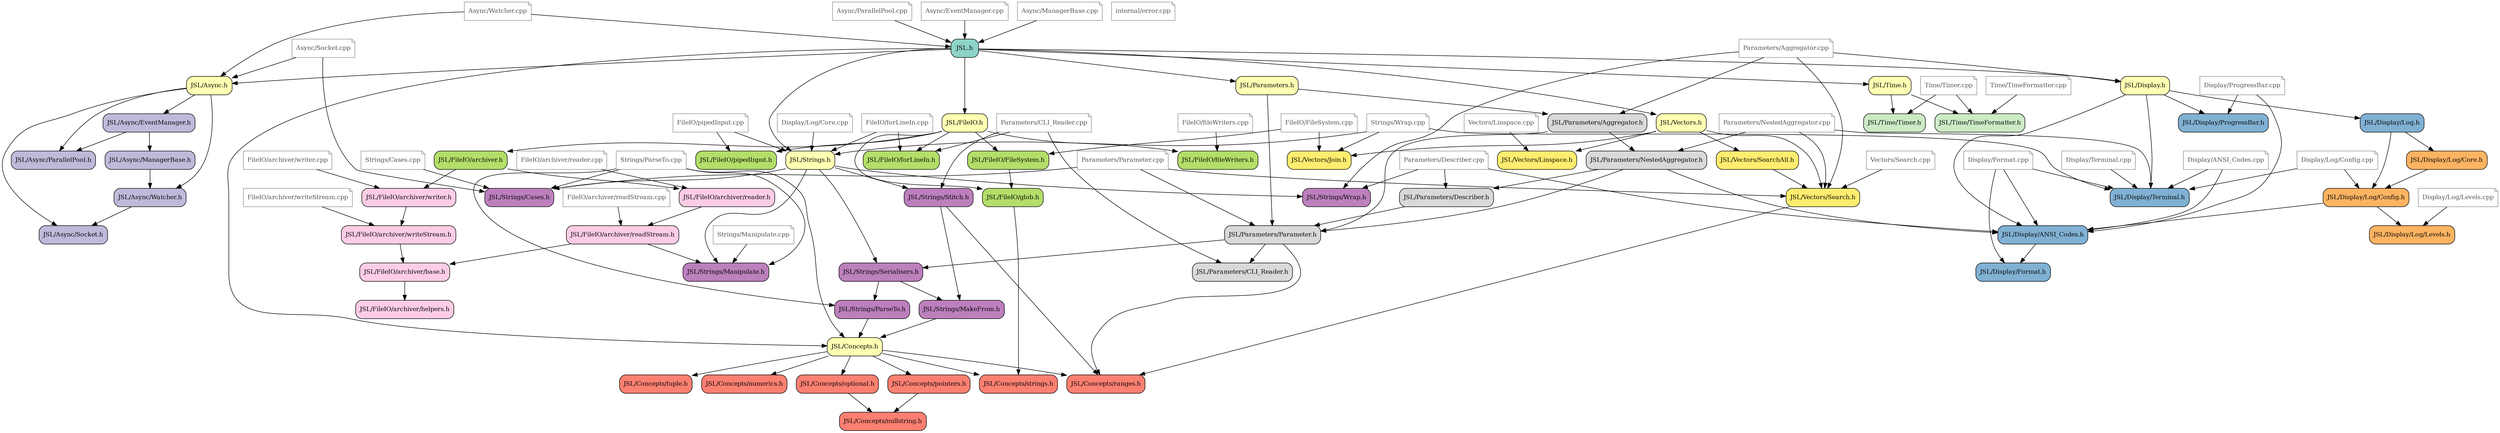
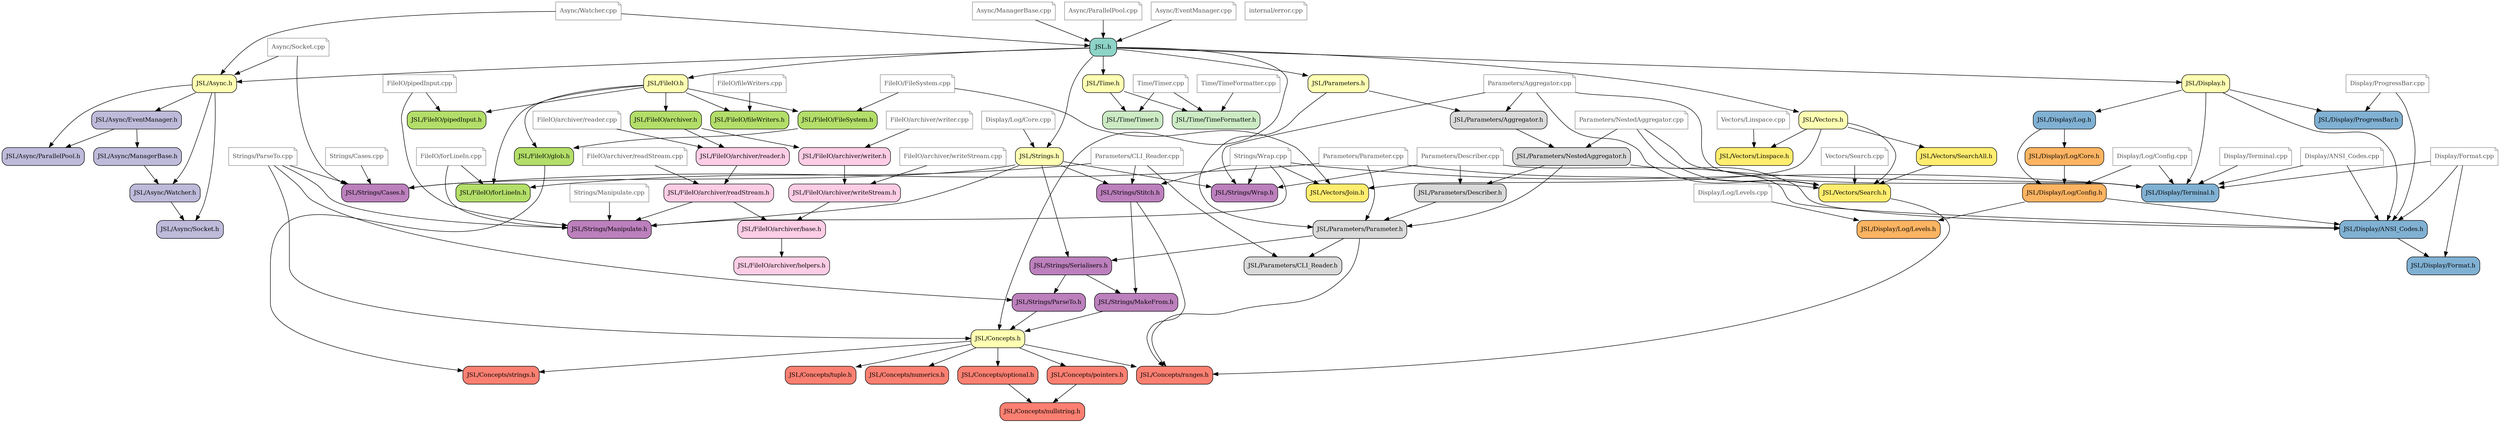
digraph codeviz {
    splines=true
    sep="+15,15"
    overlap=false

    node [shape=Mrecord, fontsize=12]

    node [fillcolor = "#8dd3c7",shape="Mrecord", style = "filled"] "include/JSL.h"                             [label = "JSL.h"]
    node [fillcolor = "#ffffb3",shape="Mrecord", style = "filled"] "include/JSL/Async.h"                       [label = "JSL/Async.h"]
    node [fillcolor = "#bebada",shape="Mrecord", style = "filled"] "include/JSL/Async/EventManager.h"          [label = "JSL/Async/EventManager.h"]
    node [fillcolor = "#bebada",shape="Mrecord", style = "filled"] "include/JSL/Async/ManagerBase.h"           [label = "JSL/Async/ManagerBase.h"]
    node [fillcolor = "#bebada",shape="Mrecord", style = "filled"] "include/JSL/Async/ParallelPool.h"          [label = "JSL/Async/ParallelPool.h"]
    node [fillcolor = "#bebada",shape="Mrecord", style = "filled"] "include/JSL/Async/Socket.h"                [label = "JSL/Async/Socket.h"]
    node [fillcolor = "#bebada",shape="Mrecord", style = "filled"] "include/JSL/Async/Watcher.h"               [label = "JSL/Async/Watcher.h"]
    node [fillcolor = "#ffffb3",shape="Mrecord", style = "filled"] "include/JSL/Concepts.h"                    [label = "JSL/Concepts.h"]
    node [fillcolor = "#fb8072",shape="Mrecord", style = "filled"] "include/JSL/Concepts/nullstring.h"         [label = "JSL/Concepts/nullstring.h"]
    node [fillcolor = "#fb8072",shape="Mrecord", style = "filled"] "include/JSL/Concepts/numerics.h"           [label = "JSL/Concepts/numerics.h"]
    node [fillcolor = "#fb8072",shape="Mrecord", style = "filled"] "include/JSL/Concepts/optional.h"           [label = "JSL/Concepts/optional.h"]
    node [fillcolor = "#fb8072",shape="Mrecord", style = "filled"] "include/JSL/Concepts/pointers.h"           [label = "JSL/Concepts/pointers.h"]
    node [fillcolor = "#fb8072",shape="Mrecord", style = "filled"] "include/JSL/Concepts/ranges.h"             [label = "JSL/Concepts/ranges.h"]
    node [fillcolor = "#fb8072",shape="Mrecord", style = "filled"] "include/JSL/Concepts/strings.h"            [label = "JSL/Concepts/strings.h"]
    node [fillcolor = "#fb8072",shape="Mrecord", style = "filled"] "include/JSL/Concepts/tuple.h"              [label = "JSL/Concepts/tuple.h"]
    node [fillcolor = "#ffffb3",shape="Mrecord", style = "filled"] "include/JSL/Display.h"                     [label = "JSL/Display.h"]
    node [fillcolor = "#80b1d3",shape="Mrecord", style = "filled"] "include/JSL/Display/ANSI_Codes.h"          [label = "JSL/Display/ANSI_Codes.h"]
    node [fillcolor = "#80b1d3",shape="Mrecord", style = "filled"] "include/JSL/Display/Format.h"              [label = "JSL/Display/Format.h"]
    node [fillcolor = "#80b1d3",shape="Mrecord", style = "filled"] "include/JSL/Display/Log.h"                 [label = "JSL/Display/Log.h"]
    node [fillcolor = "#fdb462",shape="Mrecord", style = "filled"] "include/JSL/Display/Log/Config.h"          [label = "JSL/Display/Log/Config.h"]
    node [fillcolor = "#fdb462",shape="Mrecord", style = "filled"] "include/JSL/Display/Log/Core.h"            [label = "JSL/Display/Log/Core.h"]
    node [fillcolor = "#fdb462",shape="Mrecord", style = "filled"] "include/JSL/Display/Log/Levels.h"          [label = "JSL/Display/Log/Levels.h"]
    node [fillcolor = "#80b1d3",shape="Mrecord", style = "filled"] "include/JSL/Display/ProgressBar.h"         [label = "JSL/Display/ProgressBar.h"]
    node [fillcolor = "#80b1d3",shape="Mrecord", style = "filled"] "include/JSL/Display/Terminal.h"            [label = "JSL/Display/Terminal.h"]
    node [fillcolor = "#ffffb3",shape="Mrecord", style = "filled"] "include/JSL/FileIO.h"                      [label = "JSL/FileIO.h"]
    node [fillcolor = "#b3de69",shape="Mrecord", style = "filled"] "include/JSL/FileIO/FileSystem.h"           [label = "JSL/FileIO/FileSystem.h"]
    node [fillcolor = "#b3de69",shape="Mrecord", style = "filled"] "include/JSL/FileIO/archiver.h"             [label = "JSL/FileIO/archiver.h"]
    node [fillcolor = "#fccde5",shape="Mrecord", style = "filled"] "include/JSL/FileIO/archiver/base.h"        [label = "JSL/FileIO/archiver/base.h"]
    node [fillcolor = "#fccde5",shape="Mrecord", style = "filled"] "include/JSL/FileIO/archiver/helpers.h"     [label = "JSL/FileIO/archiver/helpers.h"]
    node [fillcolor = "#fccde5",shape="Mrecord", style = "filled"] "include/JSL/FileIO/archiver/readStream.h"  [label = "JSL/FileIO/archiver/readStream.h"]
    node [fillcolor = "#fccde5",shape="Mrecord", style = "filled"] "include/JSL/FileIO/archiver/reader.h"      [label = "JSL/FileIO/archiver/reader.h"]
    node [fillcolor = "#fccde5",shape="Mrecord", style = "filled"] "include/JSL/FileIO/archiver/writeStream.h" [label = "JSL/FileIO/archiver/writeStream.h"]
    node [fillcolor = "#fccde5",shape="Mrecord", style = "filled"] "include/JSL/FileIO/archiver/writer.h"      [label = "JSL/FileIO/archiver/writer.h"]
    node [fillcolor = "#b3de69",shape="Mrecord", style = "filled"] "include/JSL/FileIO/fileWriters.h"          [label = "JSL/FileIO/fileWriters.h"]
    node [fillcolor = "#b3de69",shape="Mrecord", style = "filled"] "include/JSL/FileIO/forLineIn.h"            [label = "JSL/FileIO/forLineIn.h"]
    node [fillcolor = "#b3de69",shape="Mrecord", style = "filled"] "include/JSL/FileIO/glob.h"                 [label = "JSL/FileIO/glob.h"]
    node [fillcolor = "#b3de69",shape="Mrecord", style = "filled"] "include/JSL/FileIO/pipedInput.h"           [label = "JSL/FileIO/pipedInput.h"]
    node [fillcolor = "#ffffb3",shape="Mrecord", style = "filled"] "include/JSL/Parameters.h"                  [label = "JSL/Parameters.h"]
    node [fillcolor = "#d9d9d9",shape="Mrecord", style = "filled"] "include/JSL/Parameters/Aggregator.h"       [label = "JSL/Parameters/Aggregator.h"]
    node [fillcolor = "#d9d9d9",shape="Mrecord", style = "filled"] "include/JSL/Parameters/CLI_Reader.h"       [label = "JSL/Parameters/CLI_Reader.h"]
    node [fillcolor = "#d9d9d9",shape="Mrecord", style = "filled"] "include/JSL/Parameters/Describer.h"        [label = "JSL/Parameters/Describer.h"]
    node [fillcolor = "#d9d9d9",shape="Mrecord", style = "filled"] "include/JSL/Parameters/NestedAggregator.h" [label = "JSL/Parameters/NestedAggregator.h"]
    node [fillcolor = "#d9d9d9",shape="Mrecord", style = "filled"] "include/JSL/Parameters/Parameter.h"        [label = "JSL/Parameters/Parameter.h"]
    node [fillcolor = "#ffffb3",shape="Mrecord", style = "filled"] "include/JSL/Strings.h"                     [label = "JSL/Strings.h"]
    node [fillcolor = "#bc80bd",shape="Mrecord", style = "filled"] "include/JSL/Strings/Cases.h"               [label = "JSL/Strings/Cases.h"]
    node [fillcolor = "#bc80bd",shape="Mrecord", style = "filled"] "include/JSL/Strings/MakeFrom.h"            [label = "JSL/Strings/MakeFrom.h"]
    node [fillcolor = "#bc80bd",shape="Mrecord", style = "filled"] "include/JSL/Strings/Manipulate.h"          [label = "JSL/Strings/Manipulate.h"]
    node [fillcolor = "#bc80bd",shape="Mrecord", style = "filled"] "include/JSL/Strings/ParseTo.h"             [label = "JSL/Strings/ParseTo.h"]
    node [fillcolor = "#bc80bd",shape="Mrecord", style = "filled"] "include/JSL/Strings/Serialisers.h"         [label = "JSL/Strings/Serialisers.h"]
    node [fillcolor = "#bc80bd",shape="Mrecord", style = "filled"] "include/JSL/Strings/Stitch.h"              [label = "JSL/Strings/Stitch.h"]
    node [fillcolor = "#bc80bd",shape="Mrecord", style = "filled"] "include/JSL/Strings/Wrap.h"                [label = "JSL/Strings/Wrap.h"]
    node [fillcolor = "#ffffb3",shape="Mrecord", style = "filled"] "include/JSL/Time.h"                        [label = "JSL/Time.h"]
    node [fillcolor = "#ccebc5",shape="Mrecord", style = "filled"] "include/JSL/Time/TimeFormatter.h"          [label = "JSL/Time/TimeFormatter.h"]
    node [fillcolor = "#ccebc5",shape="Mrecord", style = "filled"] "include/JSL/Time/Timer.h"                  [label = "JSL/Time/Timer.h"]
    node [fillcolor = "#ffffb3",shape="Mrecord", style = "filled"] "include/JSL/Vectors.h"                     [label = "JSL/Vectors.h"]
    node [fillcolor = "#ffed6f",shape="Mrecord", style = "filled"] "include/JSL/Vectors/Join.h"                [label = "JSL/Vectors/Join.h"]
    node [fillcolor = "#ffed6f",shape="Mrecord", style = "filled"] "include/JSL/Vectors/Linspace.h"            [label = "JSL/Vectors/Linspace.h"]
    node [fillcolor = "#ffed6f",shape="Mrecord", style = "filled"] "include/JSL/Vectors/Search.h"              [label = "JSL/Vectors/Search.h"]
    node [fillcolor = "#ffed6f",shape="Mrecord", style = "filled"] "include/JSL/Vectors/SearchAll.h"           [label = "JSL/Vectors/SearchAll.h"]
    node [fillcolor = "#8B8B8B",style="", shape="note", color="#8c8c8c", fontcolor="#4b4b4b"] "src/Async/EventManager.cpp"                [label = "Async/EventManager.cpp"]
    node [fillcolor = "#8B8B8B",style="", shape="note", color="#8c8c8c", fontcolor="#4b4b4b"] "src/Async/ManagerBase.cpp"                 [label = "Async/ManagerBase.cpp"]
    node [fillcolor = "#8B8B8B",style="", shape="note", color="#8c8c8c", fontcolor="#4b4b4b"] "src/Async/ParallelPool.cpp"                [label = "Async/ParallelPool.cpp"]
    node [fillcolor = "#8B8B8B",style="", shape="note", color="#8c8c8c", fontcolor="#4b4b4b"] "src/Async/Socket.cpp"                      [label = "Async/Socket.cpp"]
    node [fillcolor = "#8B8B8B",style="", shape="note", color="#8c8c8c", fontcolor="#4b4b4b"] "src/Async/Watcher.cpp"                     [label = "Async/Watcher.cpp"]
    node [fillcolor = "#8B8B8B",style="", shape="note", color="#8c8c8c", fontcolor="#4b4b4b"] "src/Display/ANSI_Codes.cpp"                [label = "Display/ANSI_Codes.cpp"]
    node [fillcolor = "#8B8B8B",style="", shape="note", color="#8c8c8c", fontcolor="#4b4b4b"] "src/Display/Format.cpp"                    [label = "Display/Format.cpp"]
    node [fillcolor = "#8B8B8B",style="", shape="note", color="#8c8c8c", fontcolor="#4b4b4b"] "src/Display/Log/Config.cpp"                [label = "Display/Log/Config.cpp"]
    node [fillcolor = "#8B8B8B",style="", shape="note", color="#8c8c8c", fontcolor="#4b4b4b"] "src/Display/Log/Core.cpp"                  [label = "Display/Log/Core.cpp"]
    node [fillcolor = "#8B8B8B",style="", shape="note", color="#8c8c8c", fontcolor="#4b4b4b"] "src/Display/Log/Levels.cpp"                [label = "Display/Log/Levels.cpp"]
    node [fillcolor = "#8B8B8B",style="", shape="note", color="#8c8c8c", fontcolor="#4b4b4b"] "src/Display/ProgressBar.cpp"               [label = "Display/ProgressBar.cpp"]
    node [fillcolor = "#8B8B8B",style="", shape="note", color="#8c8c8c", fontcolor="#4b4b4b"] "src/Display/Terminal.cpp"                  [label = "Display/Terminal.cpp"]
    node [fillcolor = "#8B8B8B",style="", shape="note", color="#8c8c8c", fontcolor="#4b4b4b"] "src/FileIO/FileSystem.cpp"                 [label = "FileIO/FileSystem.cpp"]
    node [fillcolor = "#8B8B8B",style="", shape="note", color="#8c8c8c", fontcolor="#4b4b4b"] "src/FileIO/archiver/readStream.cpp"        [label = "FileIO/archiver/readStream.cpp"]
    node [fillcolor = "#8B8B8B",style="", shape="note", color="#8c8c8c", fontcolor="#4b4b4b"] "src/FileIO/archiver/reader.cpp"            [label = "FileIO/archiver/reader.cpp"]
    node [fillcolor = "#8B8B8B",style="", shape="note", color="#8c8c8c", fontcolor="#4b4b4b"] "src/FileIO/archiver/writeStream.cpp"       [label = "FileIO/archiver/writeStream.cpp"]
    node [fillcolor = "#8B8B8B",style="", shape="note", color="#8c8c8c", fontcolor="#4b4b4b"] "src/FileIO/archiver/writer.cpp"            [label = "FileIO/archiver/writer.cpp"]
    node [fillcolor = "#8B8B8B",style="", shape="note", color="#8c8c8c", fontcolor="#4b4b4b"] "src/FileIO/fileWriters.cpp"                [label = "FileIO/fileWriters.cpp"]
    node [fillcolor = "#8B8B8B",style="", shape="note", color="#8c8c8c", fontcolor="#4b4b4b"] "src/FileIO/forLineIn.cpp"                  [label = "FileIO/forLineIn.cpp"]
    node [fillcolor = "#8B8B8B",style="", shape="note", color="#8c8c8c", fontcolor="#4b4b4b"] "src/FileIO/pipedInput.cpp"                 [label = "FileIO/pipedInput.cpp"]
    node [fillcolor = "#8B8B8B",style="", shape="note", color="#8c8c8c", fontcolor="#4b4b4b"] "src/Parameters/Aggregator.cpp"             [label = "Parameters/Aggregator.cpp"]
    node [fillcolor = "#8B8B8B",style="", shape="note", color="#8c8c8c", fontcolor="#4b4b4b"] "src/Parameters/CLI_Reader.cpp"             [label = "Parameters/CLI_Reader.cpp"]
    node [fillcolor = "#8B8B8B",style="", shape="note", color="#8c8c8c", fontcolor="#4b4b4b"] "src/Parameters/Describer.cpp"              [label = "Parameters/Describer.cpp"]
    node [fillcolor = "#8B8B8B",style="", shape="note", color="#8c8c8c", fontcolor="#4b4b4b"] "src/Parameters/NestedAggregator.cpp"       [label = "Parameters/NestedAggregator.cpp"]
    node [fillcolor = "#8B8B8B",style="", shape="note", color="#8c8c8c", fontcolor="#4b4b4b"] "src/Parameters/Parameter.cpp"              [label = "Parameters/Parameter.cpp"]
    node [fillcolor = "#8B8B8B",style="", shape="note", color="#8c8c8c", fontcolor="#4b4b4b"] "src/Strings/Cases.cpp"                     [label = "Strings/Cases.cpp"]
    node [fillcolor = "#8B8B8B",style="", shape="note", color="#8c8c8c", fontcolor="#4b4b4b"] "src/Strings/Manipulate.cpp"                [label = "Strings/Manipulate.cpp"]
    node [fillcolor = "#8B8B8B",style="", shape="note", color="#8c8c8c", fontcolor="#4b4b4b"] "src/Strings/ParseTo.cpp"                   [label = "Strings/ParseTo.cpp"]
    node [fillcolor = "#8B8B8B",style="", shape="note", color="#8c8c8c", fontcolor="#4b4b4b"] "src/Strings/Wrap.cpp"                      [label = "Strings/Wrap.cpp"]
    node [fillcolor = "#8B8B8B",style="", shape="note", color="#8c8c8c", fontcolor="#4b4b4b"] "src/Time/TimeFormatter.cpp"                [label = "Time/TimeFormatter.cpp"]
    node [fillcolor = "#8B8B8B",style="", shape="note", color="#8c8c8c", fontcolor="#4b4b4b"] "src/Time/Timer.cpp"                        [label = "Time/Timer.cpp"]
    node [fillcolor = "#8B8B8B",style="", shape="note", color="#8c8c8c", fontcolor="#4b4b4b"] "src/Vectors/Linspace.cpp"                  [label = "Vectors/Linspace.cpp"]
    node [fillcolor = "#8B8B8B",style="", shape="note", color="#8c8c8c", fontcolor="#4b4b4b"] "src/Vectors/Search.cpp"                    [label = "Vectors/Search.cpp"]
    node [fillcolor = "#8B8B8B",style="", shape="note", color="#8c8c8c", fontcolor="#4b4b4b"] "src/internal/error.cpp"                    [label = "internal/error.cpp"]

    "include/JSL.h"                             -> "include/JSL/Display.h"
    "include/JSL.h"                             -> "include/JSL/FileIO.h"
    "include/JSL.h"                             -> "include/JSL/Parameters.h"
    "include/JSL.h"                             -> "include/JSL/Strings.h"
    "include/JSL.h"                             -> "include/JSL/Time.h"
    "include/JSL.h"                             -> "include/JSL/Vectors.h"
    "include/JSL.h"                             -> "include/JSL/Async.h"
    "include/JSL.h"                             -> "include/JSL/Concepts.h"
    "include/JSL/Async.h"                       -> "include/JSL/Async/Socket.h"
    "include/JSL/Async.h"                       -> "include/JSL/Async/Watcher.h"
    "include/JSL/Async.h"                       -> "include/JSL/Async/EventManager.h"
    "include/JSL/Async.h"                       -> "include/JSL/Async/ParallelPool.h"
    "include/JSL/Async/EventManager.h"          -> "include/JSL/Async/ManagerBase.h"
    "include/JSL/Async/EventManager.h"          -> "include/JSL/Async/ParallelPool.h"
    "include/JSL/Async/ManagerBase.h"           -> "include/JSL/Async/Watcher.h"
    "include/JSL/Async/Watcher.h"               -> "include/JSL/Async/Socket.h"
    "include/JSL/Concepts.h"                    -> "include/JSL/Concepts/ranges.h"
    "include/JSL/Concepts.h"                    -> "include/JSL/Concepts/tuple.h"
    "include/JSL/Concepts.h"                    -> "include/JSL/Concepts/numerics.h"
    "include/JSL/Concepts.h"                    -> "include/JSL/Concepts/strings.h"
    "include/JSL/Concepts.h"                    -> "include/JSL/Concepts/pointers.h"
    "include/JSL/Concepts.h"                    -> "include/JSL/Concepts/optional.h"
    "include/JSL/Concepts/optional.h"           -> "include/JSL/Concepts/nullstring.h"
    "include/JSL/Concepts/pointers.h"           -> "include/JSL/Concepts/nullstring.h"
    "include/JSL/Display.h"                     -> "include/JSL/Display/Log.h"
    "include/JSL/Display.h"                     -> "include/JSL/Display/ANSI_Codes.h"
    "include/JSL/Display.h"                     -> "include/JSL/Display/ProgressBar.h"
    "include/JSL/Display.h"                     -> "include/JSL/Display/Terminal.h"
    "include/JSL/Display/ANSI_Codes.h"          -> "include/JSL/Display/Format.h"
    "include/JSL/Display/Log.h"                 -> "include/JSL/Display/Log/Core.h"
    "include/JSL/Display/Log.h"                 -> "include/JSL/Display/Log/Config.h"
    "include/JSL/Display/Log/Config.h"          -> "include/JSL/Display/Log/Levels.h"
    "include/JSL/Display/Log/Config.h"          -> "include/JSL/Display/ANSI_Codes.h"
    "include/JSL/Display/Log/Core.h"            -> "include/JSL/Display/Log/Config.h"
    "include/JSL/FileIO.h"                      -> "include/JSL/FileIO/forLineIn.h"
    "include/JSL/FileIO.h"                      -> "include/JSL/FileIO/FileSystem.h"
    "include/JSL/FileIO.h"                      -> "include/JSL/FileIO/fileWriters.h"
    "include/JSL/FileIO.h"                      -> "include/JSL/FileIO/pipedInput.h"
    "include/JSL/FileIO.h"                      -> "include/JSL/FileIO/archiver.h"
    "include/JSL/FileIO.h"                      -> "include/JSL/FileIO/glob.h"
    "include/JSL/FileIO/FileSystem.h"           -> "include/JSL/FileIO/glob.h"
    "include/JSL/FileIO/archiver.h"             -> "include/JSL/FileIO/archiver/writer.h"
    "include/JSL/FileIO/archiver.h"             -> "include/JSL/FileIO/archiver/reader.h"
    "include/JSL/FileIO/archiver/base.h"        -> "include/JSL/FileIO/archiver/helpers.h"
    "include/JSL/FileIO/archiver/readStream.h"  -> "include/JSL/Strings/Manipulate.h"
    "include/JSL/FileIO/archiver/readStream.h"  -> "include/JSL/FileIO/archiver/base.h"
    "include/JSL/FileIO/archiver/reader.h"      -> "include/JSL/FileIO/archiver/readStream.h"
    "include/JSL/FileIO/archiver/writeStream.h" -> "include/JSL/FileIO/archiver/base.h"
    "include/JSL/FileIO/archiver/writer.h"      -> "include/JSL/FileIO/archiver/writeStream.h"
    "include/JSL/FileIO/glob.h"                 -> "include/JSL/Concepts/strings.h"
    "include/JSL/Parameters.h"                  -> "include/JSL/Parameters/Parameter.h"
    "include/JSL/Parameters.h"                  -> "include/JSL/Parameters/Aggregator.h"
    "include/JSL/Parameters/Aggregator.h"       -> "include/JSL/Parameters/NestedAggregator.h"
-     "include/JSL/Parameters/Aggregator.h"       -> "include/JSL/Parameters/Parameter.h"
    "include/JSL/Parameters/Describer.h"        -> "include/JSL/Parameters/Parameter.h"
    "include/JSL/Parameters/NestedAggregator.h" -> "include/JSL/Parameters/Parameter.h"
    "include/JSL/Parameters/NestedAggregator.h" -> "include/JSL/Display/ANSI_Codes.h"
    "include/JSL/Parameters/NestedAggregator.h" -> "include/JSL/Parameters/Describer.h"
    "include/JSL/Parameters/Parameter.h"      -> "include/JSL/Concepts/ranges.h"[weight=0.3]
    "include/JSL/Parameters/Parameter.h"        -> "include/JSL/Strings/Serialisers.h"
    "include/JSL/Parameters/Parameter.h"        -> "include/JSL/Parameters/CLI_Reader.h"
    "include/JSL/Strings.h"                     -> "include/JSL/Strings/Serialisers.h"
    "include/JSL/Strings.h"                     -> "include/JSL/Strings/Cases.h"
    "include/JSL/Strings.h"                     -> "include/JSL/Strings/Manipulate.h"
    "include/JSL/Strings.h"                     -> "include/JSL/Strings/Stitch.h"
    "include/JSL/Strings.h"                     -> "include/JSL/Strings/Wrap.h"
    "include/JSL/Strings/MakeFrom.h"            -> "include/JSL/Concepts.h"
    "include/JSL/Strings/ParseTo.h"             -> "include/JSL/Concepts.h"
    "include/JSL/Strings/Serialisers.h"         -> "include/JSL/Strings/MakeFrom.h"
    "include/JSL/Strings/Serialisers.h"         -> "include/JSL/Strings/ParseTo.h"
    "include/JSL/Strings/Stitch.h"              -> "include/JSL/Strings/MakeFrom.h"
    "include/JSL/Strings/Stitch.h"            -> "include/JSL/Concepts/ranges.h"[weight=0.3]
    "include/JSL/Time.h"                        -> "include/JSL/Time/Timer.h"
    "include/JSL/Time.h"                        -> "include/JSL/Time/TimeFormatter.h"
    "include/JSL/Vectors.h"                     -> "include/JSL/Vectors/Search.h"
    "include/JSL/Vectors.h"                     -> "include/JSL/Vectors/SearchAll.h"
    "include/JSL/Vectors.h"                     -> "include/JSL/Vectors/Join.h"
    "include/JSL/Vectors.h"                     -> "include/JSL/Vectors/Linspace.h"
    "include/JSL/Vectors/Search.h"            -> "include/JSL/Concepts/ranges.h"[weight=0.3]
    "include/JSL/Vectors/SearchAll.h"           -> "include/JSL/Vectors/Search.h"
    "src/Async/EventManager.cpp"                -> "include/JSL.h"
    "src/Async/ManagerBase.cpp"                 -> "include/JSL.h"
    "src/Async/ParallelPool.cpp"                -> "include/JSL.h"

    "src/Async/Socket.cpp"                      -> "include/JSL/Async.h"
    "src/Async/Socket.cpp"                      -> "include/JSL/Strings/Cases.h"

    "src/Async/Watcher.cpp"                     -> "include/JSL/Async.h"

    "src/Async/Watcher.cpp"                     -> "include/JSL.h"
    "src/Display/ANSI_Codes.cpp"                -> "include/JSL/Display/ANSI_Codes.h"
    "src/Display/ANSI_Codes.cpp"                -> "include/JSL/Display/Terminal.h"
    "src/Display/Format.cpp"                    -> "include/JSL/Display/Format.h"
    "src/Display/Format.cpp"                    -> "include/JSL/Display/ANSI_Codes.h"
    "src/Display/Format.cpp"                    -> "include/JSL/Display/Terminal.h"
    "src/Display/Log/Config.cpp"                -> "include/JSL/Display/Log/Config.h"
    "src/Display/Log/Config.cpp"                -> "include/JSL/Display/Terminal.h"

    "src/Display/Log/Core.cpp"                  -> "include/JSL/Strings.h"
    "src/Display/Log/Levels.cpp"                -> "include/JSL/Display/Log/Levels.h"
    "src/Display/ProgressBar.cpp"               -> "include/JSL/Display/ProgressBar.h"
    "src/Display/ProgressBar.cpp"               -> "include/JSL/Display/ANSI_Codes.h"

    "src/Display/Terminal.cpp"                  -> "include/JSL/Display/Terminal.h"
    "src/FileIO/FileSystem.cpp"                 -> "include/JSL/FileIO/FileSystem.h"
    "src/FileIO/FileSystem.cpp"                 -> "include/JSL/Vectors/Join.h"
    "src/FileIO/archiver/readStream.cpp"        -> "include/JSL/FileIO/archiver/readStream.h"
    "src/FileIO/archiver/reader.cpp"            -> "include/JSL/FileIO/archiver/reader.h"
    "src/FileIO/archiver/writeStream.cpp"       -> "include/JSL/FileIO/archiver/writeStream.h"
    "src/FileIO/archiver/writer.cpp"            -> "include/JSL/FileIO/archiver/writer.h"

    "src/FileIO/fileWriters.cpp"                -> "include/JSL/FileIO/fileWriters.h"
    "src/FileIO/forLineIn.cpp"                  -> "include/JSL/FileIO/forLineIn.h"
-     "src/FileIO/forLineIn.cpp"                  -> "include/JSL/Strings.h"
+     "src/FileIO/forLineIn.cpp"                  -> "include/JSL/Strings/Manipulate.h"
    "src/FileIO/pipedInput.cpp"                 -> "include/JSL/FileIO/pipedInput.h"
-     "src/FileIO/pipedInput.cpp"                 -> "include/JSL/Strings.h"
+     "src/FileIO/pipedInput.cpp"                 -> "include/JSL/Strings/Manipulate.h"
    "src/Parameters/Aggregator.cpp"             -> "include/JSL/Parameters/Aggregator.h"
    "src/Parameters/Aggregator.cpp"             -> "include/JSL/Vectors/Search.h"
    "src/Parameters/Aggregator.cpp"             -> "include/JSL/Strings/Wrap.h"
-     "src/Parameters/Aggregator.cpp"             -> "include/JSL/Display.h"
+     "src/Parameters/Aggregator.cpp"             -> "include/JSL/Display/Terminal.h"
    "src/Parameters/CLI_Reader.cpp"             -> "include/JSL/Parameters/CLI_Reader.h"
    "src/Parameters/CLI_Reader.cpp"             -> "include/JSL/FileIO/forLineIn.h"
    "src/Parameters/CLI_Reader.cpp"             -> "include/JSL/Strings/Stitch.h"
    "src/Parameters/Describer.cpp"              -> "include/JSL/Parameters/Describer.h"
    "src/Parameters/Describer.cpp"              -> "include/JSL/Display/ANSI_Codes.h"
    "src/Parameters/Describer.cpp"              -> "include/JSL/Strings/Wrap.h"
    "src/Parameters/NestedAggregator.cpp"       -> "include/JSL/Parameters/NestedAggregator.h"
    "src/Parameters/NestedAggregator.cpp"       -> "include/JSL/Display/Terminal.h"
    "src/Parameters/NestedAggregator.cpp"       -> "include/JSL/Vectors/Search.h"

    "src/Parameters/Parameter.cpp"              -> "include/JSL/Parameters/Parameter.h"
    "src/Parameters/Parameter.cpp"              -> "include/JSL/Vectors/Search.h"
    "src/Parameters/Parameter.cpp"              -> "include/JSL/Strings/Cases.h"
    "src/Strings/Cases.cpp"                     -> "include/JSL/Strings/Cases.h"
    "src/Strings/Manipulate.cpp"                -> "include/JSL/Strings/Manipulate.h"
    "src/Strings/ParseTo.cpp"                   -> "include/JSL/Strings/ParseTo.h"
    "src/Strings/ParseTo.cpp"                   -> "include/JSL/Strings/Cases.h"
    "src/Strings/ParseTo.cpp"                   -> "include/JSL/Concepts.h"
    "src/Strings/ParseTo.cpp"                   -> "include/JSL/Strings/Manipulate.h"
-     "src/Strings/Wrap.cpp"                      -> "include/JSL/Strings.h"
+     "src/Strings/Wrap.cpp"                      -> "include/JSL/Strings/Wrap.h"
+     "src/Strings/Wrap.cpp"                      -> "include/JSL/Strings/Stitch.h"
+     "src/Strings/Wrap.cpp"                      -> "include/JSL/Strings/Manipulate.h"
    "src/Strings/Wrap.cpp"                      -> "include/JSL/Vectors/Join.h"
    "src/Strings/Wrap.cpp"                      -> "include/JSL/Display/Terminal.h"
    "src/Time/TimeFormatter.cpp"                -> "include/JSL/Time/TimeFormatter.h"
    "src/Time/Timer.cpp"                        -> "include/JSL/Time/Timer.h"
    "src/Time/Timer.cpp"                        -> "include/JSL/Time/TimeFormatter.h"
    "src/Vectors/Linspace.cpp"                  -> "include/JSL/Vectors/Linspace.h"
    "src/Vectors/Search.cpp"                    -> "include/JSL/Vectors/Search.h"

}
